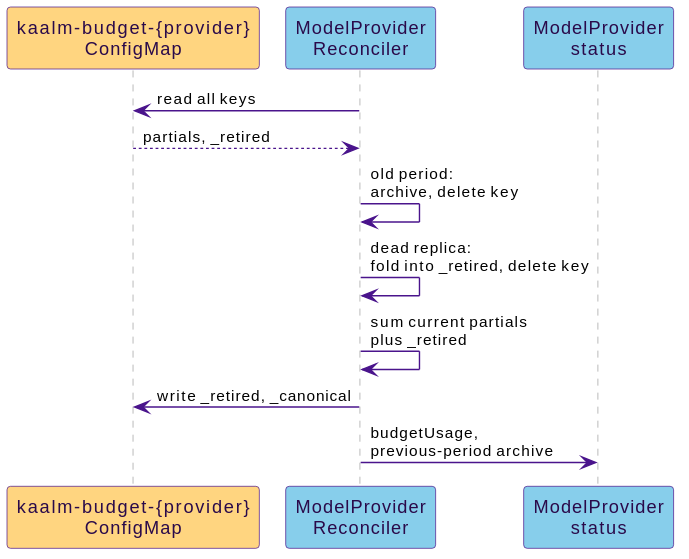
The PlantUML diagram docs/src/diagrams/budget-exchange-reduce.svg in win07xp/kaalm, before a commit. Source of this version:
```plantuml
@startuml
!include _style.puml

participant "kaalm-budget-{provider}\nConfigMap" as cm #FFD580
participant "ModelProvider\nReconciler" as rec #87CEEB
participant "ModelProvider\nstatus" as st #87CEEB

rec -> cm : read all keys
cm --> rec : partials, _retired
rec -> rec : old period:\narchive, delete key
rec -> rec : dead replica:\nfold into _retired, delete key
rec -> rec : sum current partials\nplus _retired
rec -> cm : write _retired, _canonical
rec -> st : budgetUsage,\nprevious-period archive
@enduml
```
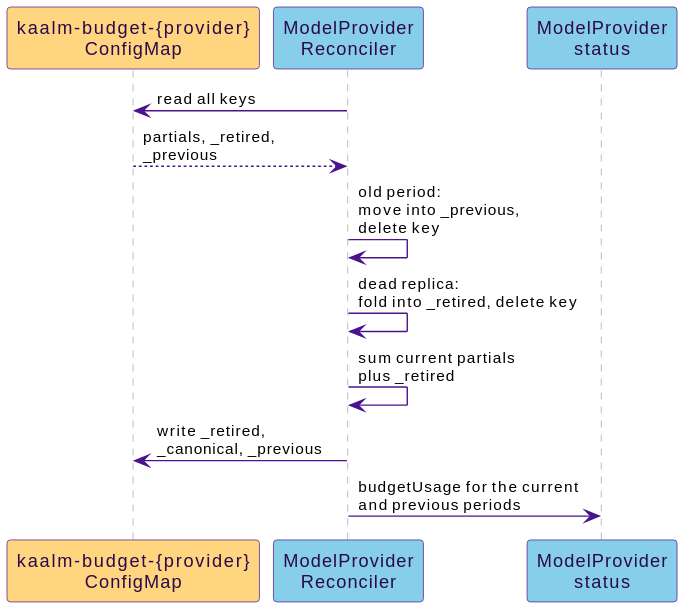
Later version of the same file.

Diff of the diagram source:
```diff
@@ -6,10 +6,10 @@
 participant "ModelProvider\nstatus" as st #87CEEB
 
 rec -> cm : read all keys
-cm --> rec : partials, _retired
-rec -> rec : old period:\narchive, delete key
+cm --> rec : partials, _retired,\n_previous
+rec -> rec : old period:\nmove into _previous,\ndelete key
 rec -> rec : dead replica:\nfold into _retired, delete key
 rec -> rec : sum current partials\nplus _retired
-rec -> cm : write _retired, _canonical
-rec -> st : budgetUsage,\nprevious-period archive
+rec -> cm : write _retired,\n_canonical, _previous
+rec -> st : budgetUsage for the current\nand previous periods
 @enduml
```
